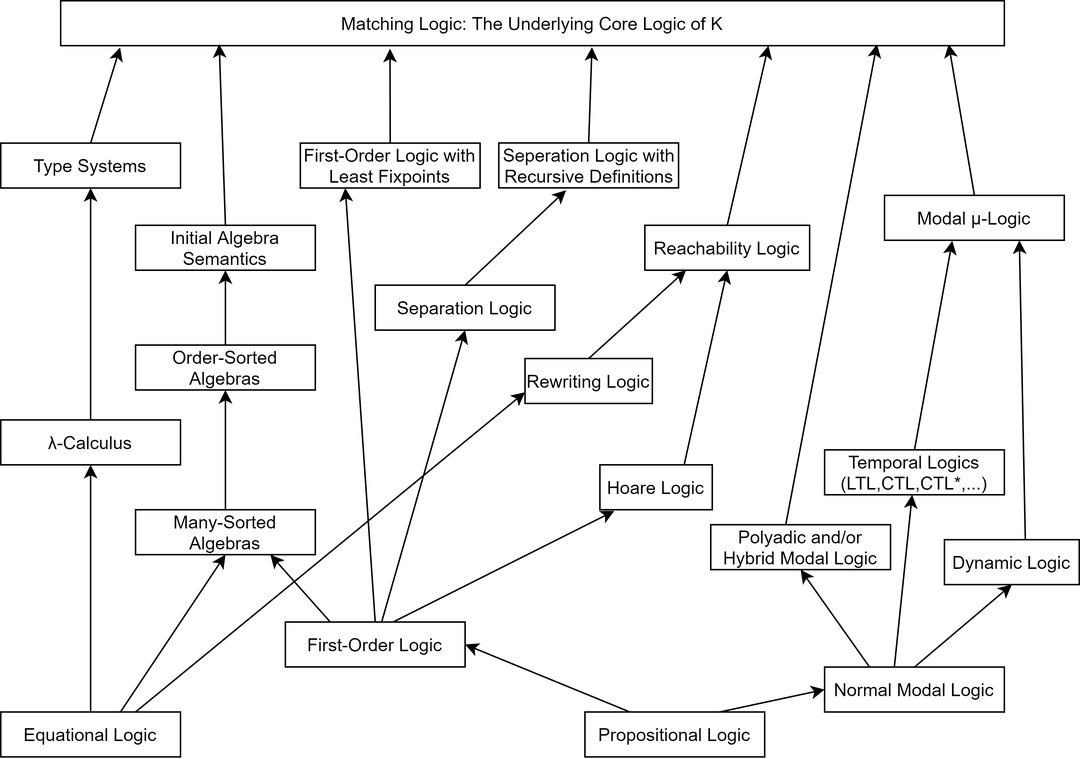
Before: thesis-proposal/figs/logics.png, a diagram exported from draw.io (xc93/prelim). Source tidied: cells renumbered, new cells last; positions are measured from the earlier drawing's top-left corner, leaving out a move shared by most shapes.
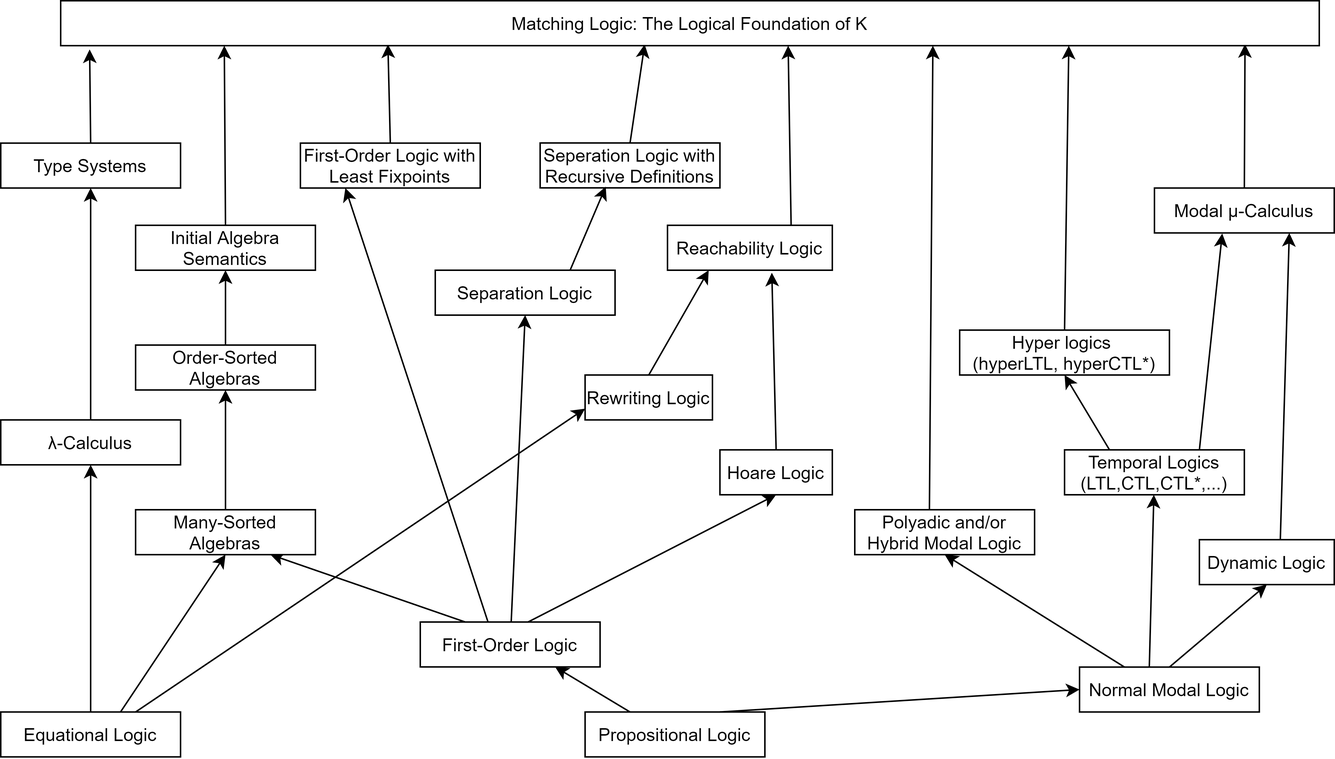
The same diagram one commit later.

Commit message:
fix typos in the table and update a figure

What changed in the source:
```diff
@@ -2,7 +2,7 @@
   <root>
     <mxCell id="0" />
     <mxCell id="1" parent="0" />
-    <mxCell id="2" style="rounded=0;jettySize=auto;html=1;exitX=0.25;exitY=0;exitDx=0;exitDy=0;entryX=1;entryY=0.5;entryDx=0;entryDy=0;" parent="1" edge="1" source="4" target="25">
+    <mxCell id="2" style="rounded=0;jettySize=auto;html=1;exitX=0.25;exitY=0;exitDx=0;exitDy=0;entryX=0.75;entryY=1;entryDx=0;entryDy=0;" parent="1" edge="1" source="4" target="25">
       <mxGeometry relative="1" as="geometry" />
     </mxCell>
     <mxCell id="3" style="edgeStyle=none;rounded=0;jettySize=auto;html=1;exitX=0.75;exitY=0;exitDx=0;exitDy=0;entryX=0;entryY=0.5;entryDx=0;entryDy=0;" parent="1" edge="1" source="4" target="12">
@@ -11,17 +11,17 @@
     <mxCell id="4" value="Propositional Logic" style="rounded=0;whiteSpace=wrap;html=1;" parent="1" vertex="1">
       <mxGeometry x="390" y="475.1" width="120" height="30" as="geometry" />
     </mxCell>
-    <mxCell id="5" style="edgeStyle=none;rounded=0;jettySize=auto;html=1;exitX=0.5;exitY=0;exitDx=0;exitDy=0;entryX=0.349;entryY=1.067;entryDx=0;entryDy=0;entryPerimeter=0;" parent="1" edge="1" source="6" target="42">
+    <mxCell id="5" style="edgeStyle=none;rounded=0;jettySize=auto;html=1;exitX=0.5;exitY=0;exitDx=0;exitDy=0;entryX=0.26;entryY=0.972;entryDx=0;entryDy=0;entryPerimeter=0;" parent="1" edge="1" source="6" target="42">
       <mxGeometry relative="1" as="geometry" />
     </mxCell>
     <mxCell id="6" value="First-Order Logic with Least Fixpoints" style="rounded=0;whiteSpace=wrap;html=1;" parent="1" vertex="1">
       <mxGeometry x="200" y="95.1" width="120" height="30" as="geometry" />
     </mxCell>
-    <mxCell id="7" style="edgeStyle=none;rounded=0;jettySize=auto;html=1;exitX=0.5;exitY=0;exitDx=0;exitDy=0;entryX=0.563;entryY=1.033;entryDx=0;entryDy=0;entryPerimeter=0;" parent="1" edge="1" source="8" target="42">
+    <mxCell id="7" style="edgeStyle=none;rounded=0;jettySize=auto;html=1;exitX=0.5;exitY=0;exitDx=0;exitDy=0;entryX=0.464;entryY=0.972;entryDx=0;entryDy=0;entryPerimeter=0;" parent="1" edge="1" source="8" target="42">
       <mxGeometry relative="1" as="geometry" />
     </mxCell>
     <mxCell id="8" value="Seperation Logic with Recursive Definitions" style="rounded=0;whiteSpace=wrap;html=1;" parent="1" vertex="1">
-      <mxGeometry x="332.5" y="95" width="120" height="30" as="geometry" />
+      <mxGeometry x="360" y="95" width="120" height="30" as="geometry" />
     </mxCell>
     <mxCell id="9" style="edgeStyle=none;rounded=0;jettySize=auto;html=1;exitX=0.388;exitY=0;exitDx=0;exitDy=0;exitPerimeter=0;" parent="1" edge="1" source="12" target="14">
       <mxGeometry relative="1" as="geometry" />
@@ -33,70 +33,73 @@
       <mxGeometry relative="1" as="geometry" />
     </mxCell>
     <mxCell id="12" value="Normal Modal Logic" style="rounded=0;whiteSpace=wrap;html=1;" parent="1" vertex="1">
-      <mxGeometry x="550" y="445.1" width="120" height="30" as="geometry" />
+      <mxGeometry x="720" y="445.1" width="120" height="30" as="geometry" />
     </mxCell>
-    <mxCell id="13" style="edgeStyle=none;rounded=0;jettySize=auto;html=1;exitX=0.5;exitY=0;exitDx=0;exitDy=0;entryX=0.377;entryY=1.013;entryDx=0;entryDy=0;entryPerimeter=0;" parent="1" edge="1" source="14" target="20">
+    <mxCell id="13" style="edgeStyle=none;rounded=0;jettySize=auto;html=1;exitX=0.75;exitY=0;exitDx=0;exitDy=0;entryX=0.377;entryY=1.013;entryDx=0;entryDy=0;entryPerimeter=0;" parent="1" edge="1" source="14" target="20">
       <mxGeometry relative="1" as="geometry" />
     </mxCell>
+    <mxCell id="49" style="rounded=0;jettySize=auto;html=1;exitX=0.25;exitY=0;exitDx=0;exitDy=0;entryX=0.5;entryY=1;entryDx=0;entryDy=0;" parent="1" edge="1" source="14" target="51">
+      <mxGeometry relative="1" as="geometry" />
+    </mxCell>
     <mxCell id="14" value="Temporal Logics (LTL,CTL,CTL*,...)" style="rounded=0;whiteSpace=wrap;html=1;" parent="1" vertex="1">
-      <mxGeometry x="550" y="300" width="120" height="30" as="geometry" />
+      <mxGeometry x="710" y="300" width="120" height="30" as="geometry" />
     </mxCell>
     <mxCell id="15" style="edgeStyle=none;rounded=0;jettySize=auto;html=1;exitX=0.6;exitY=0;exitDx=0;exitDy=0;entryX=0.75;entryY=1;entryDx=0;entryDy=0;exitPerimeter=0;" parent="1" edge="1" source="16" target="20">
       <mxGeometry relative="1" as="geometry" />
     </mxCell>
     <mxCell id="16" value="Dynamic Logic&lt;br&gt;" style="rounded=0;whiteSpace=wrap;html=1;" parent="1" vertex="1">
-      <mxGeometry x="630" y="360" width="90" height="30" as="geometry" />
+      <mxGeometry x="800" y="360" width="90" height="30" as="geometry" />
     </mxCell>
-    <mxCell id="17" style="edgeStyle=none;rounded=0;jettySize=auto;html=1;exitX=0.415;exitY=0.047;exitDx=0;exitDy=0;exitPerimeter=0;entryX=0.865;entryY=0.967;entryDx=0;entryDy=0;entryPerimeter=0;" parent="1" edge="1" source="18" target="42">
+    <mxCell id="17" style="edgeStyle=none;rounded=0;jettySize=auto;html=1;exitX=0.415;exitY=0.047;exitDx=0;exitDy=0;exitPerimeter=0;entryX=0.693;entryY=1;entryDx=0;entryDy=0;entryPerimeter=0;" parent="1" edge="1" source="18" target="42">
       <mxGeometry relative="1" as="geometry" />
     </mxCell>
     <mxCell id="18" value="Polyadic and/or Hybrid Modal Logic" style="rounded=0;whiteSpace=wrap;html=1;" parent="1" vertex="1">
-      <mxGeometry x="474" y="350" width="120" height="30" as="geometry" />
+      <mxGeometry x="570" y="340" width="120" height="30" as="geometry" />
     </mxCell>
     <mxCell id="19" style="edgeStyle=none;rounded=0;jettySize=auto;html=1;exitX=0.5;exitY=0;exitDx=0;exitDy=0;entryX=0.941;entryY=0.967;entryDx=0;entryDy=0;entryPerimeter=0;" parent="1" edge="1" source="20" target="42">
       <mxGeometry relative="1" as="geometry" />
     </mxCell>
-    <mxCell id="20" value="Modal μ-Logic" style="rounded=0;whiteSpace=wrap;html=1;" parent="1" vertex="1">
-      <mxGeometry x="590" y="130" width="120" height="30" as="geometry" />
+    <mxCell id="20" value="Modal μ-Calculus" style="rounded=0;whiteSpace=wrap;html=1;" parent="1" vertex="1">
+      <mxGeometry x="770" y="125.1" width="120" height="30" as="geometry" />
     </mxCell>
-    <mxCell id="21" style="edgeStyle=none;rounded=0;jettySize=auto;html=1;exitX=0.5;exitY=0;exitDx=0;exitDy=0;entryX=0.25;entryY=1;entryDx=0;entryDy=0;" parent="1" edge="1" source="25" target="6">
+    <mxCell id="21" style="edgeStyle=none;rounded=0;jettySize=auto;html=1;exitX=0.379;exitY=0.028;exitDx=0;exitDy=0;entryX=0.25;entryY=1;entryDx=0;entryDy=0;exitPerimeter=0;" parent="1" edge="1" source="25" target="6">
       <mxGeometry relative="1" as="geometry" />
     </mxCell>
     <mxCell id="22" style="edgeStyle=none;rounded=0;jettySize=auto;html=1;entryX=0.5;entryY=1;entryDx=0;entryDy=0;" parent="1" edge="1" source="25" target="27">
       <mxGeometry relative="1" as="geometry" />
     </mxCell>
-    <mxCell id="23" style="edgeStyle=none;rounded=0;jettySize=auto;html=1;exitX=0.593;exitY=0.013;exitDx=0;exitDy=0;entryX=0.128;entryY=1.027;entryDx=0;entryDy=0;fontSize=17;exitPerimeter=0;entryPerimeter=0;" parent="1" edge="1" source="25" target="31">
+    <mxCell id="23" style="edgeStyle=none;rounded=0;jettySize=auto;html=1;exitX=0.593;exitY=0.013;exitDx=0;exitDy=0;entryX=0.5;entryY=1;entryDx=0;entryDy=0;fontSize=17;exitPerimeter=0;" parent="1" edge="1" source="25" target="31">
       <mxGeometry relative="1" as="geometry" />
     </mxCell>
     <mxCell id="24" style="rounded=0;jettySize=auto;html=1;exitX=0.25;exitY=0;exitDx=0;exitDy=0;entryX=0.75;entryY=1;entryDx=0;entryDy=0;" parent="1" edge="1" source="25" target="44">
       <mxGeometry relative="1" as="geometry" />
     </mxCell>
     <mxCell id="25" value="First-Order Logic" style="rounded=0;whiteSpace=wrap;html=1;" parent="1" vertex="1">
-      <mxGeometry x="190" y="415" width="120" height="30" as="geometry" />
+      <mxGeometry x="280" y="415" width="120" height="30" as="geometry" />
     </mxCell>
-    <mxCell id="26" style="edgeStyle=none;rounded=0;jettySize=auto;html=1;exitX=0.5;exitY=0;exitDx=0;exitDy=0;entryX=0.374;entryY=1.053;entryDx=0;entryDy=0;entryPerimeter=0;" parent="1" edge="1" source="27" target="8">
+    <mxCell id="26" style="edgeStyle=none;rounded=0;jettySize=auto;html=1;exitX=0.75;exitY=0;exitDx=0;exitDy=0;entryX=0.365;entryY=0.972;entryDx=0;entryDy=0;entryPerimeter=0;" parent="1" edge="1" source="27" target="8">
       <mxGeometry relative="1" as="geometry" />
     </mxCell>
     <mxCell id="27" value="Separation Logic" style="rounded=0;whiteSpace=wrap;html=1;" parent="1" vertex="1">
-      <mxGeometry x="250" y="190" width="120" height="30" as="geometry" />
+      <mxGeometry x="290" y="180" width="120" height="30" as="geometry" />
     </mxCell>
-    <mxCell id="28" style="edgeStyle=none;rounded=0;jettySize=auto;html=1;exitX=0.5;exitY=0;exitDx=0;exitDy=0;entryX=0.75;entryY=1;entryDx=0;entryDy=0;" parent="1" edge="1" source="29" target="42">
+    <mxCell id="28" style="edgeStyle=none;rounded=0;jettySize=auto;html=1;exitX=0.75;exitY=0;exitDx=0;exitDy=0;entryX=0.578;entryY=1;entryDx=0;entryDy=0;entryPerimeter=0;" parent="1" edge="1" source="29" target="42">
       <mxGeometry relative="1" as="geometry" />
     </mxCell>
     <mxCell id="29" value="Reachability Logic" style="rounded=0;whiteSpace=wrap;html=1;" parent="1" vertex="1">
-      <mxGeometry x="430" y="150" width="110" height="30" as="geometry" />
+      <mxGeometry x="445" y="150" width="110" height="30" as="geometry" />
     </mxCell>
-    <mxCell id="30" style="edgeStyle=none;rounded=0;jettySize=auto;html=1;exitX=0.75;exitY=0;exitDx=0;exitDy=0;entryX=0.5;entryY=1;entryDx=0;entryDy=0;" parent="1" edge="1" source="31" target="29">
+    <mxCell id="30" style="edgeStyle=none;rounded=0;jettySize=auto;html=1;exitX=0.5;exitY=0;exitDx=0;exitDy=0;entryX=0.633;entryY=1.056;entryDx=0;entryDy=0;entryPerimeter=0;" parent="1" edge="1" source="31" target="29">
       <mxGeometry relative="1" as="geometry" />
     </mxCell>
     <mxCell id="31" value="Hoare Logic" style="rounded=0;whiteSpace=wrap;html=1;" parent="1" vertex="1">
-      <mxGeometry x="400" y="310" width="75" height="30" as="geometry" />
+      <mxGeometry x="480" y="300" width="75" height="30" as="geometry" />
     </mxCell>
     <mxCell id="32" style="rounded=0;jettySize=auto;html=1;exitX=0.5;exitY=0;exitDx=0;exitDy=0;entryX=0.25;entryY=1;entryDx=0;entryDy=0;" parent="1" edge="1" source="33" target="29">
       <mxGeometry relative="1" as="geometry" />
     </mxCell>
     <mxCell id="33" value="Rewriting Logic" style="rounded=0;whiteSpace=wrap;html=1;" parent="1" vertex="1">
-      <mxGeometry x="350" y="239" width="85" height="30" as="geometry" />
+      <mxGeometry x="390" y="250" width="85" height="30" as="geometry" />
     </mxCell>
     <mxCell id="34" style="rounded=0;jettySize=auto;html=1;exitX=0.75;exitY=0;exitDx=0;exitDy=0;entryX=0;entryY=0.75;entryDx=0;entryDy=0;" parent="1" edge="1" source="41" target="33">
       <mxGeometry relative="1" as="geometry" />
@@ -107,7 +110,7 @@
     <mxCell id="36" value="&lt;span&gt;λ-&lt;/span&gt;Calculus" style="rounded=0;whiteSpace=wrap;html=1;" parent="1" vertex="1">
       <mxGeometry y="280" width="120" height="30" as="geometry" />
     </mxCell>
-    <mxCell id="37" style="edgeStyle=none;rounded=0;jettySize=auto;html=1;exitX=0.5;exitY=0;exitDx=0;exitDy=0;entryX=0.063;entryY=1.04;entryDx=0;entryDy=0;entryPerimeter=0;" parent="1" edge="1" source="38" target="42">
+    <mxCell id="37" style="edgeStyle=none;rounded=0;jettySize=auto;html=1;exitX=0.5;exitY=0;exitDx=0;exitDy=0;entryX=0.023;entryY=1.084;entryDx=0;entryDy=0;entryPerimeter=0;" parent="1" edge="1" source="38" target="42">
       <mxGeometry relative="1" as="geometry" />
     </mxCell>
     <mxCell id="38" value="Type Systems" style="rounded=0;whiteSpace=wrap;html=1;" parent="1" vertex="1">
@@ -124,8 +127,8 @@
     <mxCell id="41" value="Equational Logic" style="rounded=0;whiteSpace=wrap;html=1;" parent="1" vertex="1">
       <mxGeometry y="475.1" width="120" height="30" as="geometry" />
     </mxCell>
-    <mxCell id="42" value="Matching Logic: The Underlying Core Logic of K" style="rounded=0;whiteSpace=wrap;html=1;" parent="1" vertex="1">
-      <mxGeometry x="40" width="630" height="30" as="geometry" />
+    <mxCell id="42" value="Matching Logic: The Logical Foundation of K" style="rounded=0;whiteSpace=wrap;html=1;" parent="1" vertex="1">
+      <mxGeometry x="40" width="840" height="30" as="geometry" />
     </mxCell>
     <mxCell id="43" style="edgeStyle=none;rounded=0;jettySize=auto;html=1;" parent="1" edge="1" source="44" target="46">
       <mxGeometry relative="1" as="geometry" />
@@ -139,11 +142,17 @@
     <mxCell id="46" value="Order-Sorted Algebras" style="rounded=0;whiteSpace=wrap;html=1;" parent="1" vertex="1">
       <mxGeometry x="90" y="230" width="120" height="30" as="geometry" />
     </mxCell>
-    <mxCell id="47" style="rounded=0;jettySize=auto;html=1;exitX=0.5;exitY=0;exitDx=0;exitDy=0;entryX=0.168;entryY=0.967;entryDx=0;entryDy=0;entryPerimeter=0;" parent="1" edge="1" source="48" target="42">
+    <mxCell id="47" style="rounded=0;jettySize=auto;html=1;exitX=0.5;exitY=0;exitDx=0;exitDy=0;entryX=0.13;entryY=1;entryDx=0;entryDy=0;entryPerimeter=0;" parent="1" edge="1" source="48" target="42">
       <mxGeometry relative="1" as="geometry" />
     </mxCell>
     <mxCell id="48" value="Initial Algebra Semantics" style="rounded=0;whiteSpace=wrap;html=1;" parent="1" vertex="1">
       <mxGeometry x="90" y="150" width="120" height="30" as="geometry" />
     </mxCell>
+    <mxCell id="50" style="edgeStyle=none;rounded=0;jettySize=auto;html=1;exitX=0.5;exitY=0;exitDx=0;exitDy=0;entryX=0.801;entryY=1;entryDx=0;entryDy=0;entryPerimeter=0;" parent="1" edge="1" source="51" target="42">
+      <mxGeometry relative="1" as="geometry" />
+    </mxCell>
+    <mxCell id="51" value="Hyper logics &lt;br&gt;(hyperLTL, hyperCTL*)" style="rounded=0;whiteSpace=wrap;html=1;" parent="1" vertex="1">
+      <mxGeometry x="640" y="220" width="140" height="30" as="geometry" />
+    </mxCell>
   </root>
 </mxGraphModel>
```
